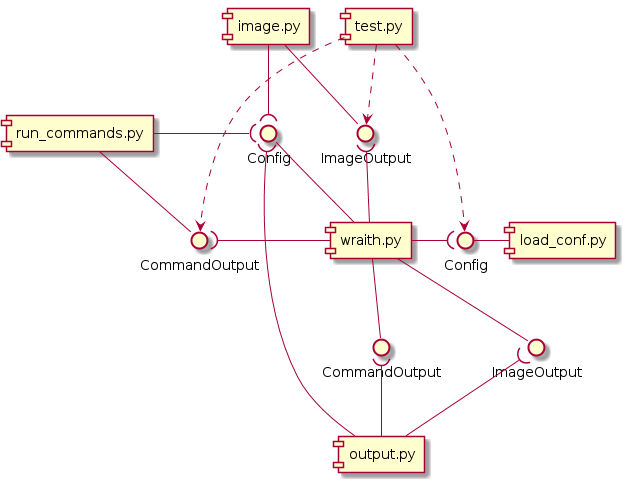
The PlantUML diagram docs/components.png in brunofrra/wraith, before a commit.
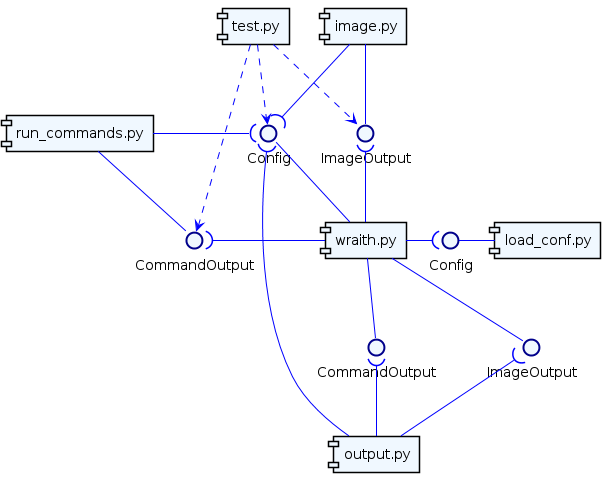
Above is the later version.

Change to the diagram source:
```diff
@@ -1,4 +1,12 @@
 @startuml
+skinparam {
+    shadowing false
+    ArrowColor blue
+    ComponentBackgroundColor aliceblue
+    ComponentBorderColor black
+    InterfaceBackgroundColor aliceblue
+    InterfaceBorderColor darkblue
+    }
 
 [wraith.py] as wraith
 () Config as wconf
@@ -39,7 +47,7 @@
 
 
 [test.py] as test
-test .down.> conf
+test .down.> wconf
 test .down.> imgout
 test .down.> cmdout
 
```
